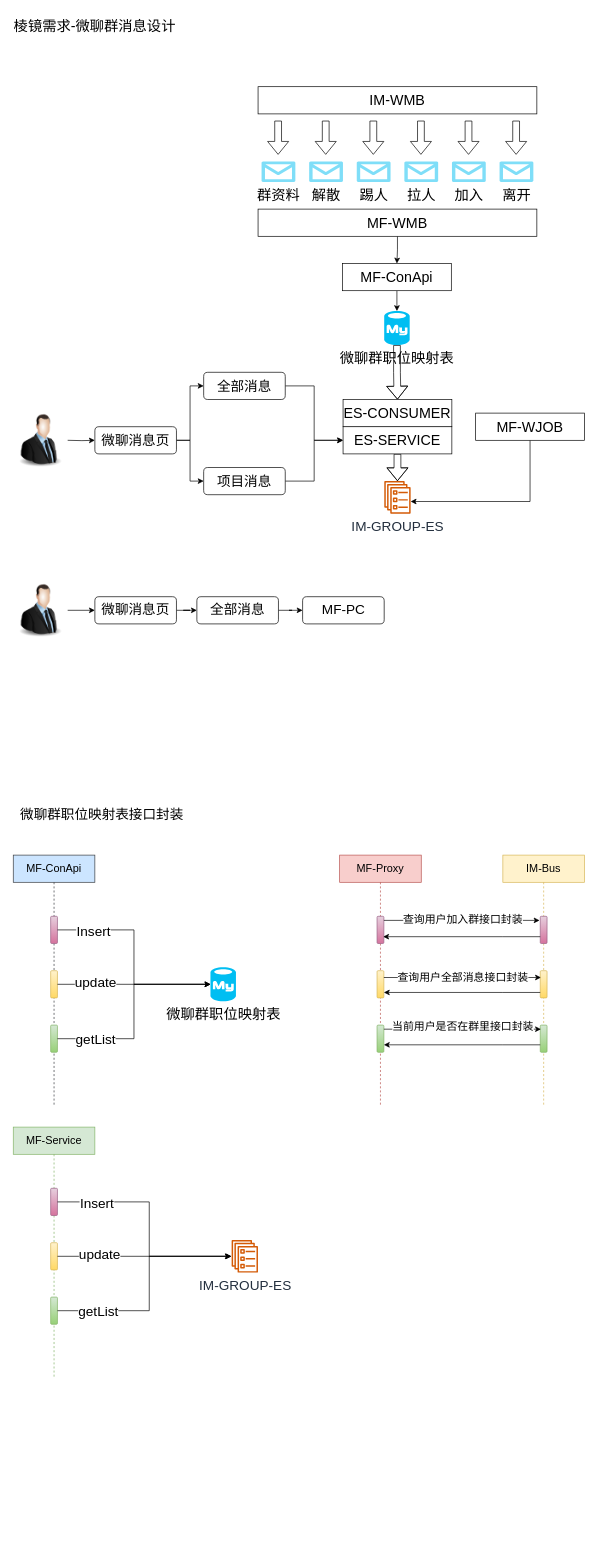
Above: 棱镜项目需求.drawio in LuOyEbY/draw-b (draw.io), before the change. Source tidied: cells renumbered, new cells numbered last; positions are measured from the earlier drawing's top-left corner, leaving out a move shared by most shapes. Both pictures are drawn from the tidied source at 68%, with x=0, y=0 at pixel (13, 12).
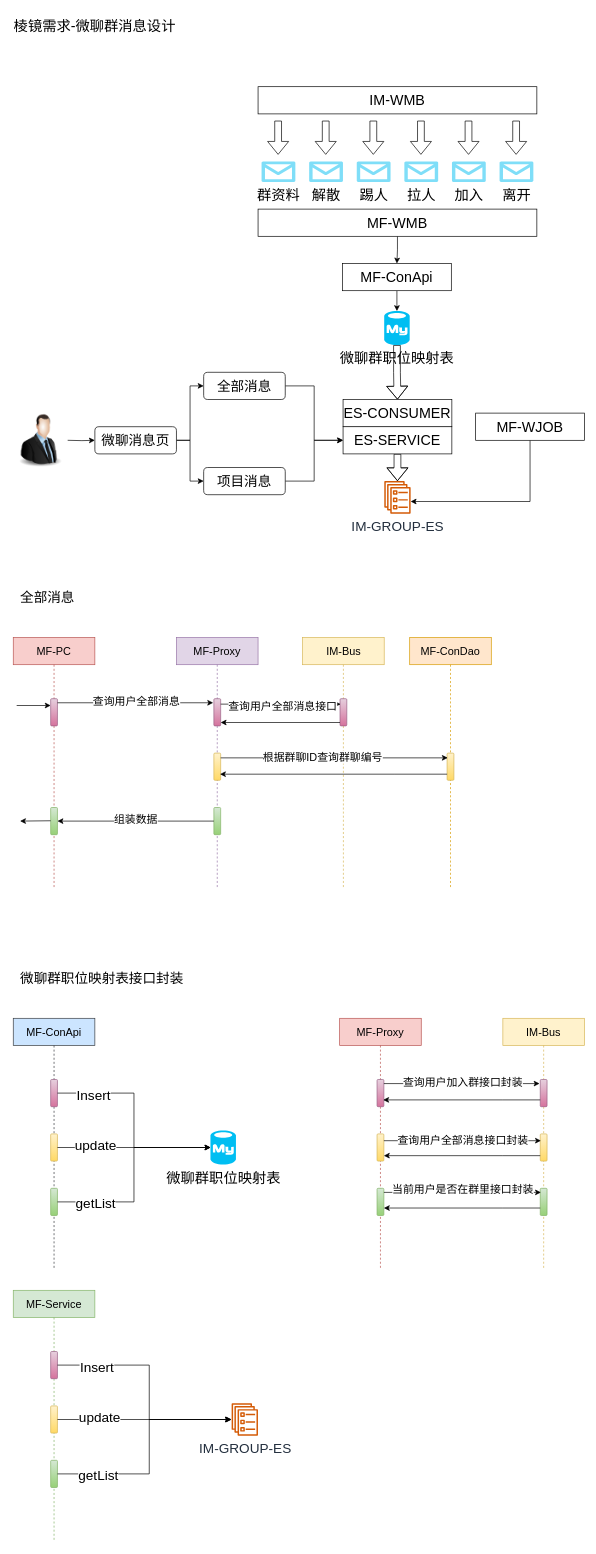
Above is the later version.

Commit message (it also covers changes not shown here):
更新棱镜项目需求.drawio

Unchanged cells that the change refers to:
```xml
<mxCell id="51" style="html=1;points=[];perimeter=orthogonalPerimeter;rounded=1;fontFamily=Helvetica;fontSize=19;strokeColor=#996185;fillColor=#e6d0de;gradientColor=#d5739d;" parent="50" vertex="1">
  <mxGeometry x="55" y="90" width="10" height="40" as="geometry" />
</mxCell>
<mxCell id="52" style="html=1;points=[];perimeter=orthogonalPerimeter;rounded=1;fontFamily=Helvetica;fontSize=19;strokeColor=#d6b656;fillColor=#fff2cc;gradientColor=#ffd966;" parent="50" vertex="1">
  <mxGeometry x="55" y="170" width="10" height="40" as="geometry" />
</mxCell>
<mxCell id="53" style="html=1;points=[];perimeter=orthogonalPerimeter;rounded=1;fontFamily=Helvetica;fontSize=19;strokeColor=#82b366;fillColor=#d5e8d4;gradientColor=#97d077;" parent="50" vertex="1">
  <mxGeometry x="55" y="250" width="10" height="40" as="geometry" />
</mxCell>
<mxCell id="55" style="html=1;points=[];perimeter=orthogonalPerimeter;rounded=1;fontFamily=Helvetica;fontSize=19;strokeColor=#996185;fillColor=#e6d0de;gradientColor=#d5739d;" parent="54" vertex="1">
  <mxGeometry x="55" y="90" width="10" height="40" as="geometry" />
</mxCell>
<mxCell id="56" style="html=1;points=[];perimeter=orthogonalPerimeter;rounded=1;fontFamily=Helvetica;fontSize=19;strokeColor=#d6b656;fillColor=#fff2cc;gradientColor=#ffd966;" parent="54" vertex="1">
  <mxGeometry x="55" y="170" width="10" height="40" as="geometry" />
</mxCell>
<mxCell id="57" style="html=1;points=[];perimeter=orthogonalPerimeter;rounded=1;fontFamily=Helvetica;fontSize=19;strokeColor=#82b366;fillColor=#d5e8d4;gradientColor=#97d077;" parent="54" vertex="1">
  <mxGeometry x="55" y="250" width="10" height="40" as="geometry" />
</mxCell>
<mxCell id="68" style="html=1;points=[];perimeter=orthogonalPerimeter;rounded=1;fontFamily=Helvetica;fontSize=19;strokeColor=#996185;fillColor=#e6d0de;gradientColor=#d5739d;" parent="67" vertex="1">
  <mxGeometry x="55" y="90" width="10" height="40" as="geometry" />
</mxCell>
<mxCell id="70" style="html=1;points=[];perimeter=orthogonalPerimeter;rounded=1;fontFamily=Helvetica;fontSize=19;strokeColor=#82b366;fillColor=#d5e8d4;gradientColor=#97d077;" parent="67" vertex="1">
  <mxGeometry x="55" y="250" width="10" height="40" as="geometry" />
</mxCell>
```

Diff of the diagram source:
```diff
@@
     <mxCell id="4" value="MF-ConApi" style="shape=umlLifeline;perimeter=lifelinePerimeter;whiteSpace=wrap;html=1;rounded=0;fontFamily=Helvetica;fontSize=16;strokeColor=#36393d;fillColor=#cce5ff;" parent="1" vertex="1">
-      <mxGeometry y="1240" width="120" height="370" as="geometry" />
+      <mxGeometry y="1480" width="120" height="370" as="geometry" />
     </mxCell>
@@
     <mxCell id="42" value="微聊群职位映射表" style="verticalLabelPosition=bottom;html=1;verticalAlign=top;align=center;strokeColor=none;fillColor=#00BEF2;shape=mxgraph.azure.mysql_database;rounded=0;shadow=0;glass=0;fontSize=21;" parent="1" vertex="1">
-      <mxGeometry x="290" y="1405" width="37.5" height="50" as="geometry" />
+      <mxGeometry x="290" y="1645" width="37.5" height="50" as="geometry" />
     </mxCell>
@@
     <mxCell id="49" value="微聊群职位映射表接口封装" style="text;html=1;align=center;verticalAlign=middle;strokeColor=none;fillColor=none;fontSize=20;" parent="1" vertex="1">
-      <mxGeometry y="1160" width="260" height="40" as="geometry" />
+      <mxGeometry y="1400" width="260" height="40" as="geometry" />
     </mxCell>
     <mxCell id="50" value="MF-Proxy" style="shape=umlLifeline;perimeter=lifelinePerimeter;whiteSpace=wrap;html=1;rounded=0;fontFamily=Helvetica;fontSize=16;strokeColor=#b85450;fillColor=#f8cecc;" parent="1" vertex="1">
-      <mxGeometry x="480" y="1240" width="120" height="370" as="geometry" />
+      <mxGeometry x="480" y="1480" width="120" height="370" as="geometry" />
     </mxCell>
@@
     <mxCell id="54" value="IM-Bus" style="shape=umlLifeline;perimeter=lifelinePerimeter;whiteSpace=wrap;html=1;rounded=0;fontFamily=Helvetica;fontSize=16;strokeColor=#d6b656;fillColor=#fff2cc;" parent="1" vertex="1">
-      <mxGeometry x="720" y="1240" width="120" height="370" as="geometry" />
+      <mxGeometry x="720" y="1480" width="120" height="370" as="geometry" />
     </mxCell>
@@
     <mxCell id="58" style="edgeStyle=orthogonalEdgeStyle;rounded=0;jettySize=auto;html=1;entryX=-0.1;entryY=0.15;entryDx=0;entryDy=0;entryPerimeter=0;fontSize=20;" parent="1" edge="1" source="51" target="55">
       <mxGeometry relative="1" as="geometry">
         <Array as="points">
-          <mxPoint x="600" y="1336" />
-          <mxPoint x="600" y="1336" />
+          <mxPoint x="600" y="1576" />
+          <mxPoint x="600" y="1576" />
         </Array>
       </mxGeometry>
     </mxCell>
@@
     <mxCell id="60" style="edgeStyle=orthogonalEdgeStyle;rounded=0;jettySize=auto;html=1;entryX=0.9;entryY=0.75;entryDx=0;entryDy=0;entryPerimeter=0;fontSize=20;" parent="1" edge="1" source="55" target="51">
       <mxGeometry relative="1" as="geometry">
         <Array as="points">
-          <mxPoint x="720" y="1360" />
-          <mxPoint x="720" y="1360" />
+          <mxPoint x="720" y="1600" />
+          <mxPoint x="720" y="1600" />
         </Array>
       </mxGeometry>
     </mxCell>
     <mxCell id="61" style="edgeStyle=orthogonalEdgeStyle;rounded=0;jettySize=auto;html=1;entryX=0.1;entryY=0.25;entryDx=0;entryDy=0;entryPerimeter=0;fontSize=20;" parent="1" edge="1" source="52" target="56">
       <mxGeometry relative="1" as="geometry">
         <Array as="points">
-          <mxPoint x="600" y="1420" />
-          <mxPoint x="600" y="1420" />
+          <mxPoint x="600" y="1660" />
+          <mxPoint x="600" y="1660" />
         </Array>
       </mxGeometry>
     </mxCell>
@@
     <mxCell id="63" style="edgeStyle=orthogonalEdgeStyle;rounded=0;jettySize=auto;html=1;entryX=1;entryY=0.8;entryDx=0;entryDy=0;entryPerimeter=0;fontSize=20;" parent="1" edge="1" source="56" target="52">
       <mxGeometry relative="1" as="geometry">
         <Array as="points">
-          <mxPoint x="720" y="1442" />
-          <mxPoint x="720" y="1442" />
+          <mxPoint x="720" y="1682" />
+          <mxPoint x="720" y="1682" />
         </Array>
       </mxGeometry>
     </mxCell>
     <mxCell id="64" style="edgeStyle=orthogonalEdgeStyle;rounded=0;jettySize=auto;html=1;entryX=0.1;entryY=0.15;entryDx=0;entryDy=0;entryPerimeter=0;fontSize=20;" parent="1" edge="1" source="53" target="57">
       <mxGeometry relative="1" as="geometry">
         <Array as="points">
-          <mxPoint x="600" y="1496" />
-          <mxPoint x="600" y="1496" />
+          <mxPoint x="600" y="1736" />
+          <mxPoint x="600" y="1736" />
         </Array>
       </mxGeometry>
     </mxCell>
@@
     <mxCell id="66" style="edgeStyle=orthogonalEdgeStyle;rounded=0;jettySize=auto;html=1;entryX=1;entryY=0.725;entryDx=0;entryDy=0;entryPerimeter=0;fontSize=20;" parent="1" edge="1" source="57" target="53">
       <mxGeometry relative="1" as="geometry">
         <Array as="points">
-          <mxPoint x="720" y="1519" />
-          <mxPoint x="720" y="1519" />
+          <mxPoint x="720" y="1759" />
+          <mxPoint x="720" y="1759" />
         </Array>
       </mxGeometry>
     </mxCell>
     <mxCell id="67" value="MF-Service" style="shape=umlLifeline;perimeter=lifelinePerimeter;whiteSpace=wrap;html=1;rounded=0;fontFamily=Helvetica;fontSize=16;strokeColor=#82b366;fillColor=#d5e8d4;" parent="1" vertex="1">
-      <mxGeometry y="1640" width="120" height="370" as="geometry" />
+      <mxGeometry y="1880" width="120" height="370" as="geometry" />
     </mxCell>
@@
     <mxCell id="71" style="edgeStyle=orthogonalEdgeStyle;rounded=0;jettySize=auto;html=1;fontSize=20;" parent="1" edge="1" source="68">
       <mxGeometry relative="1" as="geometry">
-        <mxPoint x="320" y="1830" as="targetPoint" />
+        <mxPoint x="320" y="2070" as="targetPoint" />
         <Array as="points">
-          <mxPoint x="200" y="1750" />
-          <mxPoint x="200" y="1830" />
+          <mxPoint x="200" y="1990" />
+          <mxPoint x="200" y="2070" />
         </Array>
       </mxGeometry>
     </mxCell>
@@
     <mxCell id="75" style="edgeStyle=orthogonalEdgeStyle;rounded=0;jettySize=auto;html=1;fontSize=20;" parent="1" edge="1" source="70">
       <mxGeometry relative="1" as="geometry">
-        <mxPoint x="320" y="1830" as="targetPoint" />
+        <mxPoint x="320" y="2070" as="targetPoint" />
         <Array as="points">
-          <mxPoint x="200" y="1910" />
-          <mxPoint x="200" y="1830" />
+          <mxPoint x="200" y="2150" />
+          <mxPoint x="200" y="2070" />
         </Array>
       </mxGeometry>
     </mxCell>
@@
     <mxCell id="77" value="IM-GROUP-ES" style="sketch=0;outlineConnect=0;fontColor=#232F3E;gradientColor=none;fillColor=#D45B07;strokeColor=none;dashed=0;verticalLabelPosition=bottom;verticalAlign=top;align=center;html=1;fontSize=20;fontStyle=0;shape=mxgraph.aws4.ecs_service;rounded=1;shadow=0;glass=0;" parent="1" vertex="1">
-      <mxGeometry x="321" y="1806" width="39" height="48" as="geometry" />
+      <mxGeometry x="321" y="2046" width="39" height="48" as="geometry" />
     </mxCell>
-    <mxCell id="78" style="edgeStyle=orthogonalEdgeStyle;rounded=0;jettySize=auto;html=1;fontSize=16;" parent="1" edge="1" source="79" target="81">
-      <mxGeometry relative="1" as="geometry" />
-    </mxCell>
-    <mxCell id="79" style="image;html=1;image=img/lib/clip_art/people/Suit_Man_128x128.png;rounded=0;shadow=0;glass=0;fontSize=20;" parent="1" vertex="1">
-      <mxGeometry y="840" width="80" height="80" as="geometry" />
-    </mxCell>
-    <mxCell id="80" style="edgeStyle=orthogonalEdgeStyle;rounded=0;jettySize=auto;html=1;fontSize=16;" parent="1" edge="1" source="81" target="83">
-      <mxGeometry relative="1" as="geometry" />
-    </mxCell>
-    <mxCell id="81" value="微聊消息页" style="whiteSpace=wrap;html=1;fontSize=20;verticalAlign=top;fillColor=rgb(255, 255, 255);labelBackgroundColor=default;rounded=1;shadow=0;glass=0;" parent="1" vertex="1">
-      <mxGeometry x="120" y="860" width="120" height="40" as="geometry" />
-    </mxCell>
-    <mxCell id="82" style="edgeStyle=orthogonalEdgeStyle;rounded=0;jettySize=auto;html=1;fontSize=16;" parent="1" edge="1" source="83" target="84">
-      <mxGeometry relative="1" as="geometry" />
-    </mxCell>
-    <mxCell id="83" value="全部消息" style="whiteSpace=wrap;html=1;fontSize=20;verticalAlign=top;fillColor=rgb(255, 255, 255);labelBackgroundColor=default;rounded=1;shadow=0;glass=0;" parent="1" vertex="1">
-      <mxGeometry x="270" y="860" width="120" height="40" as="geometry" />
+    <mxCell id="83" value="全部消息" style="text;html=1;align=center;verticalAlign=middle;points=[];strokeColor=none;fillColor=none;fontSize=20;" parent="1" vertex="1">
+      <mxGeometry y="840" width="100" height="40" as="geometry" />
     </mxCell>
-    <mxCell id="84" value="MF-PC" style="whiteSpace=wrap;html=1;fontSize=20;verticalAlign=top;fillColor=rgb(255, 255, 255);labelBackgroundColor=default;rounded=1;shadow=0;glass=0;" parent="1" vertex="1">
-      <mxGeometry x="425.5" y="860" width="120" height="40" as="geometry" />
+    <mxCell id="84" value="MF-PC" style="shape=umlLifeline;perimeter=lifelinePerimeter;whiteSpace=wrap;html=1;outlineConnect=0;rounded=0;fontFamily=Helvetica;fontSize=16;strokeColor=#b85450;fillColor=#f8cecc;" parent="1" vertex="1">
+      <mxGeometry y="920" width="120" height="370" as="geometry" />
     </mxCell>
+    <mxCell id="85" style="html=1;points=[];perimeter=orthogonalPerimeter;rounded=1;fontFamily=Helvetica;fontSize=19;strokeColor=#996185;fillColor=#e6d0de;gradientColor=#d5739d;" parent="84" vertex="1">
+      <mxGeometry x="55" y="90" width="10" height="40" as="geometry" />
+    </mxCell>
+    <mxCell id="86" style="html=1;points=[];perimeter=orthogonalPerimeter;rounded=1;fontFamily=Helvetica;fontSize=19;strokeColor=#82b366;fillColor=#d5e8d4;gradientColor=#97d077;" parent="84" vertex="1">
+      <mxGeometry x="55" y="250" width="10" height="40" as="geometry" />
+    </mxCell>
+    <mxCell id="87" style="endArrow=classic;html=1;rounded=0;fontSize=16;" parent="84" edge="1">
+      <mxGeometry relative="1" as="geometry">
+        <mxPoint x="5" y="100" as="sourcePoint" />
+        <mxPoint x="55" y="100" as="targetPoint" />
+      </mxGeometry>
+    </mxCell>
+    <mxCell id="88" style="endArrow=classic;html=1;rounded=0;fontSize=16;" parent="84" edge="1">
+      <mxGeometry relative="1" as="geometry">
+        <mxPoint x="55" y="269.5" as="sourcePoint" />
+        <mxPoint x="10" y="270" as="targetPoint" />
+      </mxGeometry>
+    </mxCell>
+    <mxCell id="89" value="MF-Proxy" style="shape=umlLifeline;perimeter=lifelinePerimeter;whiteSpace=wrap;html=1;rounded=0;fontFamily=Helvetica;fontSize=16;strokeColor=#9673a6;fillColor=#e1d5e7;" parent="1" vertex="1">
+      <mxGeometry x="240" y="920" width="120" height="370" as="geometry" />
+    </mxCell>
+    <mxCell id="90" style="html=1;points=[];perimeter=orthogonalPerimeter;rounded=1;fontFamily=Helvetica;fontSize=19;strokeColor=#996185;fillColor=#e6d0de;gradientColor=#d5739d;" parent="89" vertex="1">
+      <mxGeometry x="55" y="90" width="10" height="40" as="geometry" />
+    </mxCell>
+    <mxCell id="91" style="html=1;points=[];perimeter=orthogonalPerimeter;rounded=1;fontFamily=Helvetica;fontSize=19;strokeColor=#d6b656;fillColor=#fff2cc;gradientColor=#ffd966;" parent="89" vertex="1">
+      <mxGeometry x="55" y="170" width="10" height="40" as="geometry" />
+    </mxCell>
+    <mxCell id="92" style="html=1;points=[];perimeter=orthogonalPerimeter;rounded=1;fontFamily=Helvetica;fontSize=19;strokeColor=#82b366;fillColor=#d5e8d4;gradientColor=#97d077;" parent="89" vertex="1">
+      <mxGeometry x="55" y="250" width="10" height="40" as="geometry" />
+    </mxCell>
+    <mxCell id="93" style="edgeStyle=orthogonalEdgeStyle;rounded=0;jettySize=auto;html=1;entryX=-0.1;entryY=0.15;entryDx=0;entryDy=0;entryPerimeter=0;fontSize=20;" parent="1" edge="1" source="85" target="90">
+      <mxGeometry relative="1" as="geometry">
+        <Array as="points">
+          <mxPoint x="120" y="1016" />
+          <mxPoint x="120" y="1016" />
+        </Array>
+      </mxGeometry>
+    </mxCell>
+    <mxCell id="94" value="查询用户全部消息" style="edgeLabel;html=1;align=center;verticalAlign=middle;fontSize=16;" parent="93" vertex="1">
+      <mxGeometry x="-0.29" y="3" relative="1" as="geometry">
+        <mxPoint x="34" as="offset" />
+      </mxGeometry>
+    </mxCell>
+    <mxCell id="95" value="IM-Bus" style="shape=umlLifeline;perimeter=lifelinePerimeter;whiteSpace=wrap;html=1;rounded=0;fontFamily=Helvetica;fontSize=16;strokeColor=#d6b656;fillColor=#fff2cc;" parent="1" vertex="1">
+      <mxGeometry x="425.5" y="920" width="120" height="370" as="geometry" />
+    </mxCell>
+    <mxCell id="96" style="html=1;points=[];perimeter=orthogonalPerimeter;rounded=1;fontFamily=Helvetica;fontSize=19;strokeColor=#996185;fillColor=#e6d0de;gradientColor=#d5739d;" parent="95" vertex="1">
+      <mxGeometry x="55" y="90" width="10" height="40" as="geometry" />
+    </mxCell>
+    <mxCell id="97" style="edgeStyle=orthogonalEdgeStyle;rounded=0;jettySize=auto;html=1;entryX=0.1;entryY=0.2;entryDx=0;entryDy=0;entryPerimeter=0;fontSize=20;" parent="1" edge="1" source="90" target="96">
+      <mxGeometry relative="1" as="geometry">
+        <Array as="points">
+          <mxPoint x="350" y="1018" />
+          <mxPoint x="350" y="1018" />
+        </Array>
+      </mxGeometry>
+    </mxCell>
+    <mxCell id="98" value="查询用户全部消息接口" style="edgeLabel;html=1;align=center;verticalAlign=middle;fontSize=16;" parent="97" vertex="1">
+      <mxGeometry x="-0.29" y="3" relative="1" as="geometry">
+        <mxPoint x="27" y="5" as="offset" />
+      </mxGeometry>
+    </mxCell>
+    <mxCell id="99" style="edgeStyle=orthogonalEdgeStyle;rounded=0;jettySize=auto;html=1;entryX=1;entryY=0.875;entryDx=0;entryDy=0;entryPerimeter=0;fontSize=16;" parent="1" edge="1" source="96" target="90">
+      <mxGeometry relative="1" as="geometry">
+        <Array as="points">
+          <mxPoint x="480" y="1045" />
+          <mxPoint x="480" y="1045" />
+        </Array>
+      </mxGeometry>
+    </mxCell>
+    <mxCell id="100" value="MF-ConDao" style="shape=umlLifeline;perimeter=lifelinePerimeter;whiteSpace=wrap;html=1;rounded=0;fontFamily=Helvetica;fontSize=16;strokeColor=#d79b00;fillColor=#ffe6cc;" parent="1" vertex="1">
+      <mxGeometry x="583" y="920" width="120" height="370" as="geometry" />
+    </mxCell>
+    <mxCell id="101" style="html=1;points=[];perimeter=orthogonalPerimeter;rounded=1;fontFamily=Helvetica;fontSize=19;strokeColor=#d6b656;fillColor=#fff2cc;gradientColor=#ffd966;" parent="100" vertex="1">
+      <mxGeometry x="55" y="170" width="10" height="40" as="geometry" />
+    </mxCell>
+    <mxCell id="102" style="edgeStyle=orthogonalEdgeStyle;rounded=0;jettySize=auto;html=1;entryX=0.1;entryY=0.175;entryDx=0;entryDy=0;entryPerimeter=0;fontSize=16;" parent="1" edge="1" source="91" target="101">
+      <mxGeometry relative="1" as="geometry">
+        <Array as="points">
+          <mxPoint x="390" y="1097" />
+          <mxPoint x="390" y="1097" />
+        </Array>
+      </mxGeometry>
+    </mxCell>
+    <mxCell id="103" value="根据群聊ID查询群聊编号" style="edgeLabel;html=1;align=center;verticalAlign=middle;fontSize=16;" parent="102" vertex="1">
+      <mxGeometry x="-0.11" y="2" relative="1" as="geometry" />
+    </mxCell>
+    <mxCell id="104" style="edgeStyle=orthogonalEdgeStyle;rounded=0;jettySize=auto;html=1;entryX=0.9;entryY=0.775;entryDx=0;entryDy=0;entryPerimeter=0;fontSize=16;" parent="1" edge="1" source="101" target="91">
+      <mxGeometry relative="1" as="geometry">
+        <Array as="points">
+          <mxPoint x="560" y="1121" />
+          <mxPoint x="560" y="1121" />
+        </Array>
+      </mxGeometry>
+    </mxCell>
+    <mxCell id="105" style="edgeStyle=orthogonalEdgeStyle;rounded=0;jettySize=auto;html=1;fontSize=16;" parent="1" edge="1" source="92" target="86">
+      <mxGeometry relative="1" as="geometry" />
+    </mxCell>
+    <mxCell id="106" value="组装数据" style="edgeLabel;html=1;align=center;verticalAlign=middle;fontSize=16;" parent="105" vertex="1">
+      <mxGeometry x="0.01" y="-3" relative="1" as="geometry" />
+    </mxCell>
```
